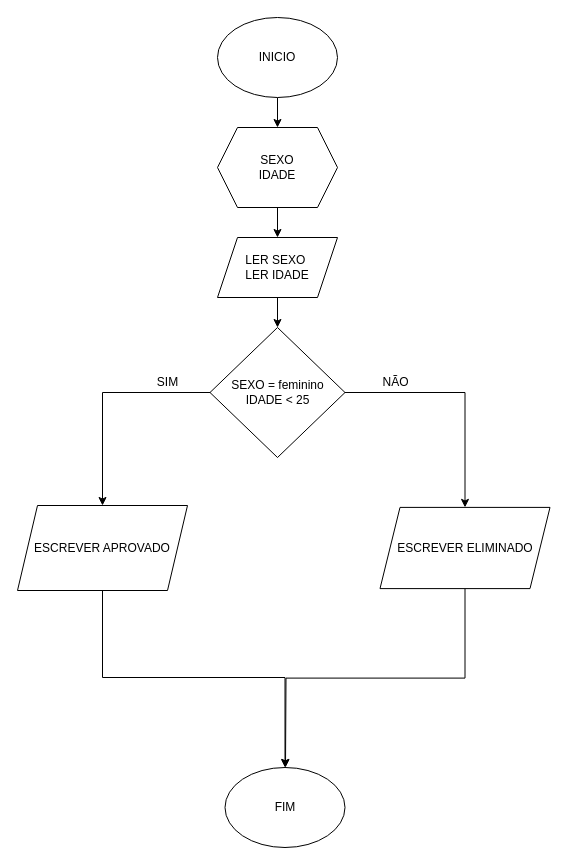
Before: page "Página-1" (1 of 2) of InputDados.drawio in Hevee06/Projetos_Diagrama.oi, a draw.io diagram. Source tidied: cells renumbered, new cells numbered last; positions are measured from the earlier drawing's top-left corner, leaving out a move shared by most shapes. Both pictures are drawn from the tidied source at 100%, with x=0, y=0 at pixel (17, 17).
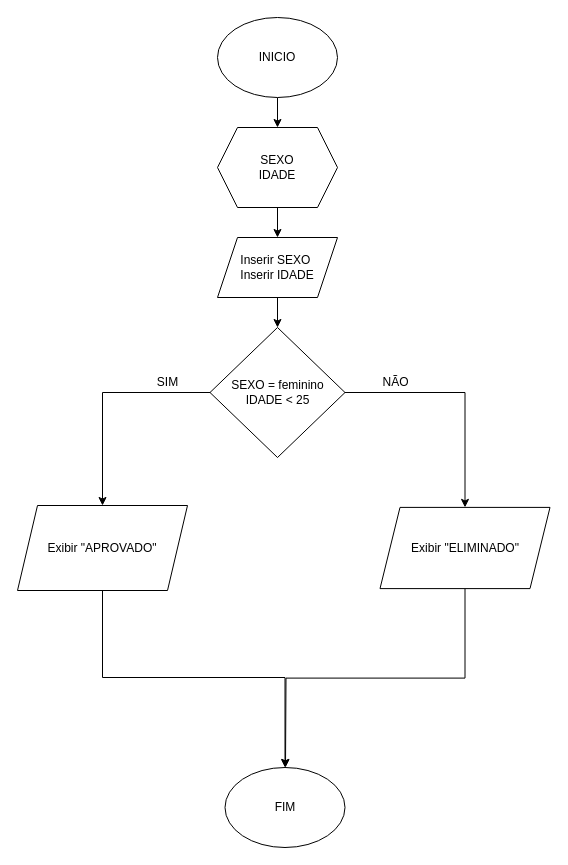
The same page after the edit.

Diff of the diagram source:
```diff
@@
-    <mxCell id="7" value="LER SEXO&amp;nbsp;&lt;div&gt;LER IDADE&lt;/div&gt;" style="shape=parallelogram;perimeter=parallelogramPerimeter;whiteSpace=wrap;html=1;fixedSize=1;rounded=0;" parent="1" vertex="1">
+    <mxCell id="7" value="Inserir SEXO&amp;nbsp;&lt;div&gt;Inserir IDADE&lt;/div&gt;" style="shape=parallelogram;perimeter=parallelogramPerimeter;whiteSpace=wrap;html=1;fixedSize=1;rounded=0;" parent="1" vertex="1">
       <mxGeometry x="200" y="220" width="120" height="60" as="geometry" />
     </mxCell>
@@
-    <mxCell id="12" value="ESCREVER ELIMINADO" style="shape=parallelogram;perimeter=parallelogramPerimeter;whiteSpace=wrap;html=1;fixedSize=1;rounded=0;" parent="1" vertex="1">
+    <mxCell id="12" value="Exibir &quot;ELIMINADO&quot;" style="shape=parallelogram;perimeter=parallelogramPerimeter;whiteSpace=wrap;html=1;fixedSize=1;rounded=0;" parent="1" vertex="1">
       <mxGeometry x="362.5" y="489.9" width="170" height="81.2" as="geometry" />
     </mxCell>
@@
-    <mxCell id="17" value="ESCREVER APROVADO" style="shape=parallelogram;perimeter=parallelogramPerimeter;whiteSpace=wrap;html=1;fixedSize=1;rounded=0;" parent="1" vertex="1">
+    <mxCell id="17" value="Exibir &quot;APROVADO&quot;" style="shape=parallelogram;perimeter=parallelogramPerimeter;whiteSpace=wrap;html=1;fixedSize=1;rounded=0;" parent="1" vertex="1">
       <mxGeometry y="488" width="170" height="85" as="geometry" />
     </mxCell>
```
